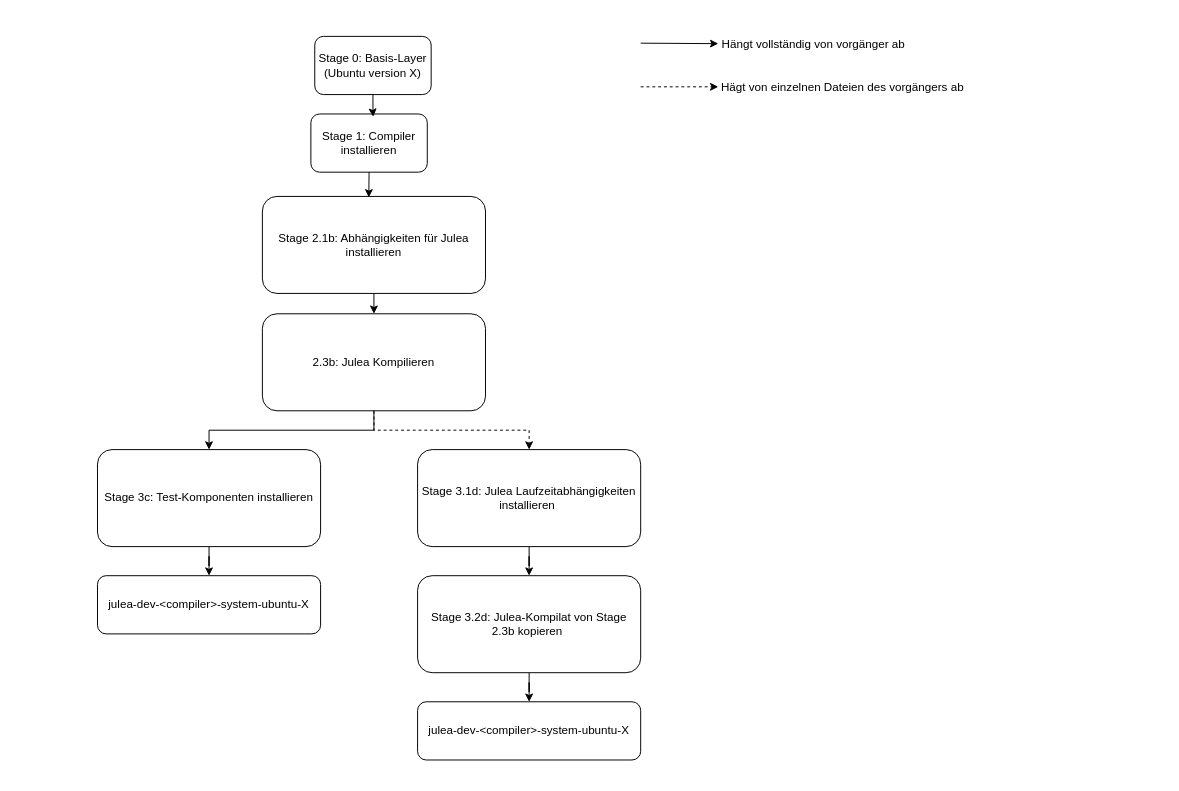
Before: figures/modell-system-containerfile.drawio in FinnHering/bachelor-arbeit, a draw.io diagram. Source tidied: cells renumbered, new cells numbered last; positions are measured from the earlier drawing's top-left corner, leaving out a move shared by most shapes. Both pictures are drawn from the tidied source at 97%, with x=0, y=0 at pixel (97, 28).
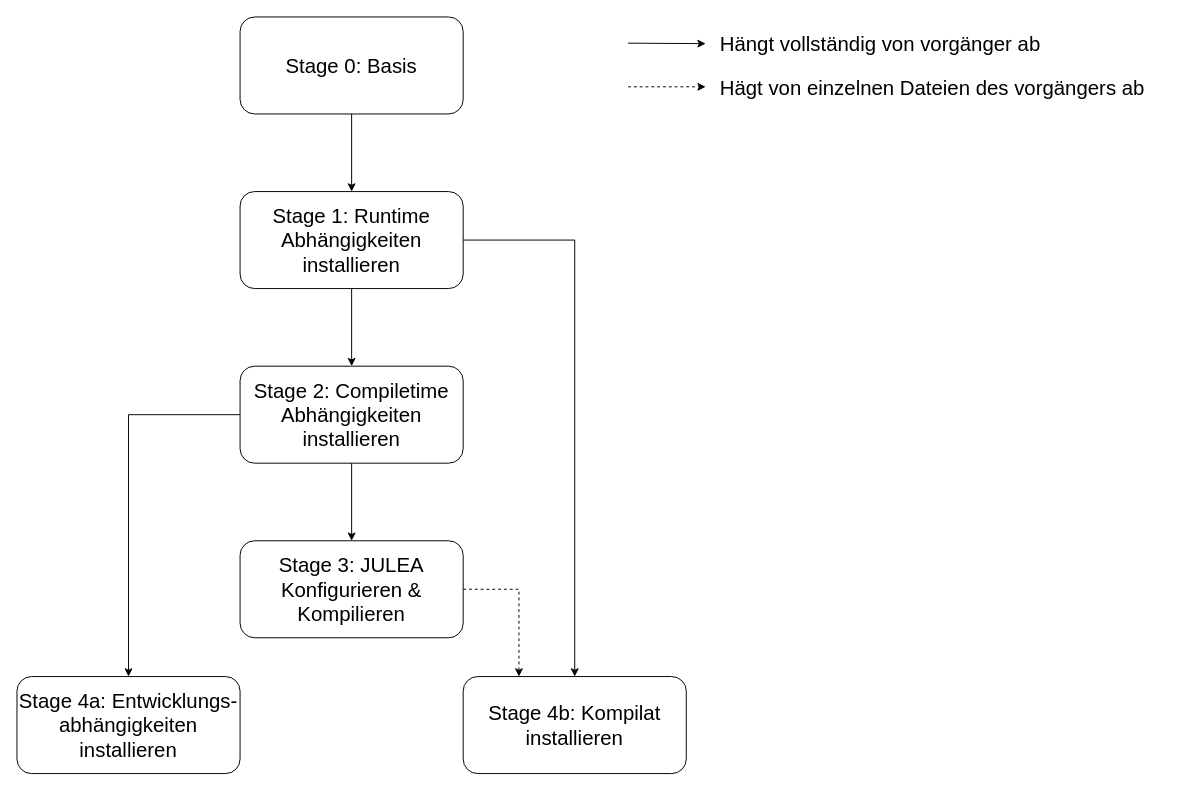
The same diagram, later.

The edit, as a diff of the source:
```diff
@@
-    <mxCell id="2" value="Stage 1: Compiler installieren" style="rounded=1;whiteSpace=wrap;html=1;" parent="1" vertex="1">
-      <mxGeometry x="220" y="88" width="120" height="60" as="geometry" />
-    </mxCell>
-    <mxCell id="3" style="edgeStyle=orthogonalEdgeStyle;rounded=0;jettySize=auto;html=1;exitX=0.5;exitY=1;exitDx=0;exitDy=0;entryX=0.5;entryY=0;entryDx=0;entryDy=0;" parent="1" edge="1" source="4" target="7">
-      <mxGeometry relative="1" as="geometry" />
-    </mxCell>
-    <mxCell id="4" value="Stage 2.1b: Abhängigkeiten für Julea installieren" style="whiteSpace=wrap;html=1;rounded=1;" parent="1" vertex="1">
-      <mxGeometry x="170" y="173" width="230" height="100" as="geometry" />
-    </mxCell>
-    <mxCell id="5" style="edgeStyle=orthogonalEdgeStyle;rounded=0;jettySize=auto;html=1;entryX=0.5;entryY=0;entryDx=0;entryDy=0;" parent="1" edge="1" source="7" target="9">
-      <mxGeometry relative="1" as="geometry" />
-    </mxCell>
-    <mxCell id="6" style="edgeStyle=orthogonalEdgeStyle;rounded=0;jettySize=auto;html=1;entryX=0.5;entryY=0;entryDx=0;entryDy=0;dashed=1;" parent="1" edge="1" source="7" target="11">
-      <mxGeometry relative="1" as="geometry" />
-    </mxCell>
-    <mxCell id="7" value="2.3b: Julea Kompilieren" style="whiteSpace=wrap;html=1;rounded=1;" parent="1" vertex="1">
-      <mxGeometry x="170" y="294" width="230" height="100" as="geometry" />
-    </mxCell>
-    <mxCell id="8" style="edgeStyle=orthogonalEdgeStyle;rounded=0;jettySize=auto;html=1;entryX=0.5;entryY=0;entryDx=0;entryDy=0;" parent="1" edge="1" source="9" target="20">
-      <mxGeometry relative="1" as="geometry" />
-    </mxCell>
-    <mxCell id="9" value="Stage 3c: Test-Komponenten installieren" style="whiteSpace=wrap;html=1;rounded=1;" parent="1" vertex="1">
-      <mxGeometry y="434" width="230" height="100" as="geometry" />
-    </mxCell>
-    <mxCell id="10" style="edgeStyle=orthogonalEdgeStyle;rounded=0;jettySize=auto;html=1;" parent="1" edge="1" source="11" target="13">
-      <mxGeometry relative="1" as="geometry" />
-    </mxCell>
-    <mxCell id="11" value="Stage 3.1d: Julea Laufzeitabhängigkeiten installieren&amp;nbsp;" style="whiteSpace=wrap;html=1;rounded=1;" parent="1" vertex="1">
-      <mxGeometry x="330" y="434" width="230" height="100" as="geometry" />
-    </mxCell>
-    <mxCell id="12" style="edgeStyle=orthogonalEdgeStyle;rounded=0;jettySize=auto;html=1;entryX=0.5;entryY=0;entryDx=0;entryDy=0;" parent="1" edge="1" source="13" target="21">
-      <mxGeometry relative="1" as="geometry" />
-    </mxCell>
-    <mxCell id="13" value="Stage 3.2d: Julea-Kompilat von Stage 2.3b kopieren&amp;nbsp;" style="whiteSpace=wrap;html=1;rounded=1;" parent="1" vertex="1">
-      <mxGeometry x="330" y="564" width="230" height="100" as="geometry" />
-    </mxCell>
     <mxCell id="14" style="endArrow=classic;html=1;rounded=0;dashed=1;" parent="1" edge="1">
       <mxGeometry relative="1" as="geometry">
-        <mxPoint x="560" y="60" as="sourcePoint" />
-        <mxPoint x="640" y="60" as="targetPoint" />
+        <mxPoint x="547" y="60" as="sourcePoint" />
+        <mxPoint x="627" y="60" as="targetPoint" />
       </mxGeometry>
     </mxCell>
     <mxCell id="15" style="endArrow=classic;html=1;rounded=0;" parent="1" edge="1">
       <mxGeometry relative="1" as="geometry">
-        <mxPoint x="560" y="15" as="sourcePoint" />
-        <mxPoint x="640" y="15.5" as="targetPoint" />
+        <mxPoint x="547" y="15" as="sourcePoint" />
+        <mxPoint x="627" y="15.5" as="targetPoint" />
       </mxGeometry>
     </mxCell>
-    <mxCell id="16" value="Hängt vollständig von vorgänger ab&amp;nbsp;" style="text;html=1;align=center;verticalAlign=middle;whiteSpace=wrap;rounded=0;" parent="1" vertex="1">
-      <mxGeometry x="640" y="0.5" width="200" height="30" as="geometry" />
+    <mxCell id="16" value="Hängt vollständig von vorgänger ab&amp;nbsp;" style="text;html=1;align=left;verticalAlign=middle;whiteSpace=wrap;rounded=0;fontSize=21;" parent="1" vertex="1">
+      <mxGeometry x="640" y="0.5" width="367" height="30" as="geometry" />
     </mxCell>
-    <mxCell id="17" value="Hägt von einzelnen Dateien des vorgängers ab&amp;nbsp;" style="text;html=1;align=center;verticalAlign=middle;whiteSpace=wrap;rounded=0;" parent="1" vertex="1">
-      <mxGeometry x="640" y="45.5" width="260" height="30" as="geometry" />
+    <mxCell id="17" value="Hägt von einzelnen Dateien des vorgängers ab&amp;nbsp;" style="text;html=1;align=left;verticalAlign=middle;whiteSpace=wrap;rounded=0;fontSize=21;" parent="1" vertex="1">
+      <mxGeometry x="640" y="45.5" width="457" height="30" as="geometry" />
     </mxCell>
-    <mxCell id="18" value="Stage 0: Basis-Layer (Ubuntu version X)" style="rounded=1;whiteSpace=wrap;html=1;" parent="1" vertex="1">
-      <mxGeometry x="224" y="8" width="120" height="60" as="geometry" />
-    </mxCell>
-    <mxCell id="19" style="edgeStyle=orthogonalEdgeStyle;rounded=0;jettySize=auto;html=1;entryX=0.535;entryY=0.048;entryDx=0;entryDy=0;entryPerimeter=0;" parent="1" edge="1" source="18" target="2">
-      <mxGeometry relative="1" as="geometry" />
-    </mxCell>
-    <mxCell id="20" value="julea-dev-&amp;lt;compiler&amp;gt;-system-ubuntu-X" style="whiteSpace=wrap;html=1;rounded=1;" parent="1" vertex="1">
-      <mxGeometry y="564" width="230" height="60" as="geometry" />
-    </mxCell>
-    <mxCell id="21" value="julea-dev-&amp;lt;compiler&amp;gt;-system-ubuntu-X" style="whiteSpace=wrap;html=1;rounded=1;" parent="1" vertex="1">
-      <mxGeometry x="330" y="694" width="230" height="60" as="geometry" />
-    </mxCell>
-    <mxCell id="22" style="edgeStyle=orthogonalEdgeStyle;rounded=0;jettySize=auto;html=1;exitX=0.5;exitY=1;exitDx=0;exitDy=0;entryX=0.477;entryY=0.01;entryDx=0;entryDy=0;entryPerimeter=0;" parent="1" edge="1" source="2" target="4">
-      <mxGeometry relative="1" as="geometry" />
-    </mxCell>
+    <mxCell id="23" style="edgeStyle=orthogonalEdgeStyle;rounded=0;jettySize=auto;html=1;" parent="1" edge="1" source="24" target="26">
+      <mxGeometry relative="1" as="geometry" />
+    </mxCell>
+    <mxCell id="24" value="&lt;font style=&quot;font-size: 21px;&quot;&gt;Stage 0: Basis&lt;/font&gt;" style="whiteSpace=wrap;html=1;rounded=1;" parent="1" vertex="1">
+      <mxGeometry x="147" y="-12" width="230" height="100" as="geometry" />
+    </mxCell>
+    <mxCell id="25" style="edgeStyle=orthogonalEdgeStyle;rounded=0;jettySize=auto;html=1;" parent="1" edge="1" source="26" target="30">
+      <mxGeometry relative="1" as="geometry" />
+    </mxCell>
+    <mxCell id="26" value="&lt;font style=&quot;font-size: 21px;&quot;&gt;Stage 1: Runtime Abhängigkeiten installieren&lt;/font&gt;" style="whiteSpace=wrap;html=1;rounded=1;fontSize=21;" parent="1" vertex="1">
+      <mxGeometry x="147" y="168" width="230" height="100" as="geometry" />
+    </mxCell>
+    <mxCell id="27" style="edgeStyle=orthogonalEdgeStyle;rounded=0;jettySize=auto;html=1;" parent="1" edge="1" source="30" target="32">
+      <mxGeometry relative="1" as="geometry" />
+    </mxCell>
+    <mxCell id="28" style="edgeStyle=orthogonalEdgeStyle;rounded=0;jettySize=auto;html=1;exitX=0;exitY=0.5;exitDx=0;exitDy=0;entryX=0.5;entryY=0;entryDx=0;entryDy=0;" parent="1" edge="1" source="30" target="33">
+      <mxGeometry relative="1" as="geometry" />
+    </mxCell>
+    <mxCell id="29" style="edgeStyle=orthogonalEdgeStyle;rounded=0;jettySize=auto;html=1;exitX=1;exitY=0.5;exitDx=0;exitDy=0;" parent="1" edge="1" source="26" target="34">
+      <mxGeometry relative="1" as="geometry">
+        <Array as="points">
+          <mxPoint x="492" y="218" />
+        </Array>
+      </mxGeometry>
+    </mxCell>
+    <mxCell id="30" value="&lt;font style=&quot;font-size: 21px;&quot;&gt;Stage 2: Compiletime Abhängigkeiten installieren&lt;/font&gt;" style="whiteSpace=wrap;html=1;rounded=1;fontSize=21;" parent="1" vertex="1">
+      <mxGeometry x="147" y="348" width="230" height="100" as="geometry" />
+    </mxCell>
+    <mxCell id="31" style="edgeStyle=orthogonalEdgeStyle;rounded=0;jettySize=auto;html=1;exitX=1;exitY=0.5;exitDx=0;exitDy=0;entryX=0.25;entryY=0;entryDx=0;entryDy=0;dashed=1;" parent="1" edge="1" source="32" target="34">
+      <mxGeometry relative="1" as="geometry" />
+    </mxCell>
+    <mxCell id="32" value="&lt;font style=&quot;font-size: 21px;&quot;&gt;Stage 3: JULEA Konfigurieren &amp;amp; Kompilieren&lt;/font&gt;" style="whiteSpace=wrap;html=1;rounded=1;fontSize=21;" parent="1" vertex="1">
+      <mxGeometry x="147" y="528" width="230" height="100" as="geometry" />
+    </mxCell>
+    <mxCell id="33" value="&lt;font style=&quot;font-size: 21px;&quot;&gt;Stage 4a: Entwicklungs-abhängigkeiten installieren&lt;/font&gt;" style="whiteSpace=wrap;html=1;rounded=1;fontSize=21;" parent="1" vertex="1">
+      <mxGeometry x="-83" y="668" width="230" height="100" as="geometry" />
+    </mxCell>
+    <mxCell id="34" value="&lt;font style=&quot;font-size: 21px;&quot;&gt;Stage 4b: Kompilat installieren&lt;/font&gt;" style="whiteSpace=wrap;html=1;rounded=1;fontSize=21;" parent="1" vertex="1">
+      <mxGeometry x="377" y="668" width="230" height="100" as="geometry" />
+    </mxCell>
```
